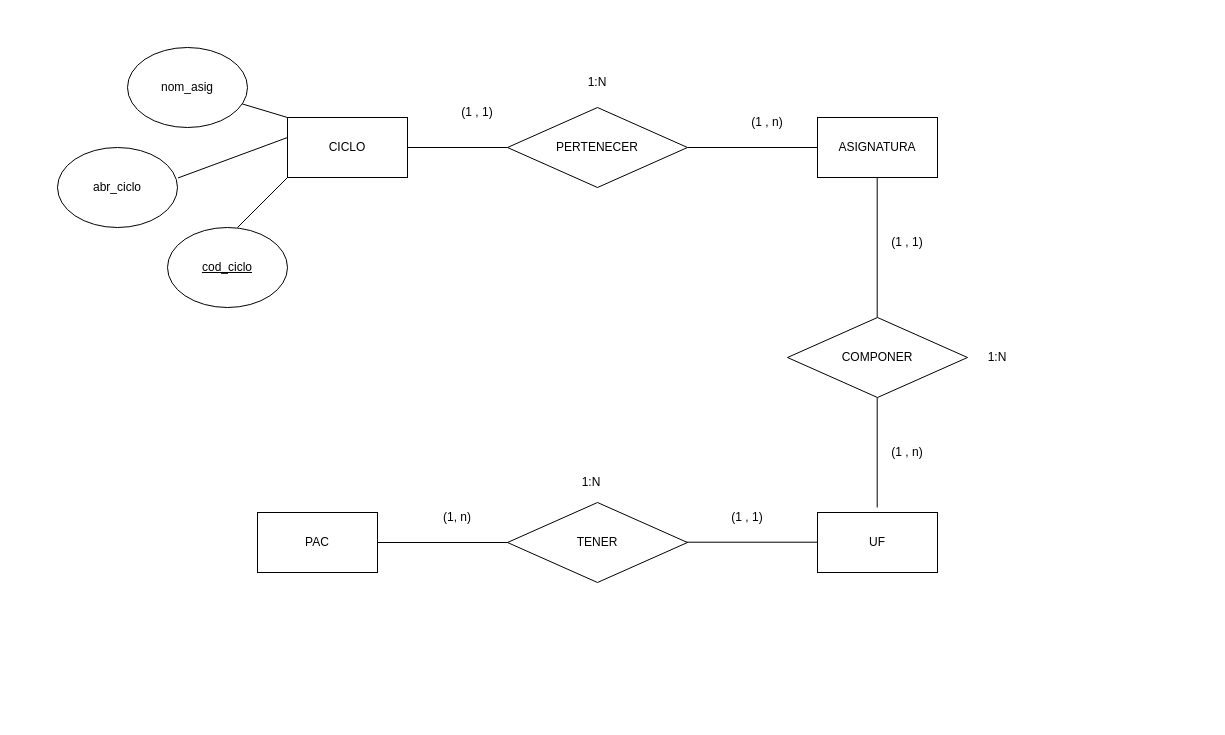
The draw.io diagram Diagrama sin título.drawio in Infernus13/draw.io, before the edit. Source tidied: cells renumbered, new cells numbered last; positions are measured from the earlier drawing's top-left corner, leaving out a move shared by most shapes. Both pictures are drawn from the tidied source at 100%, with x=0, y=0 at pixel (57, 47).
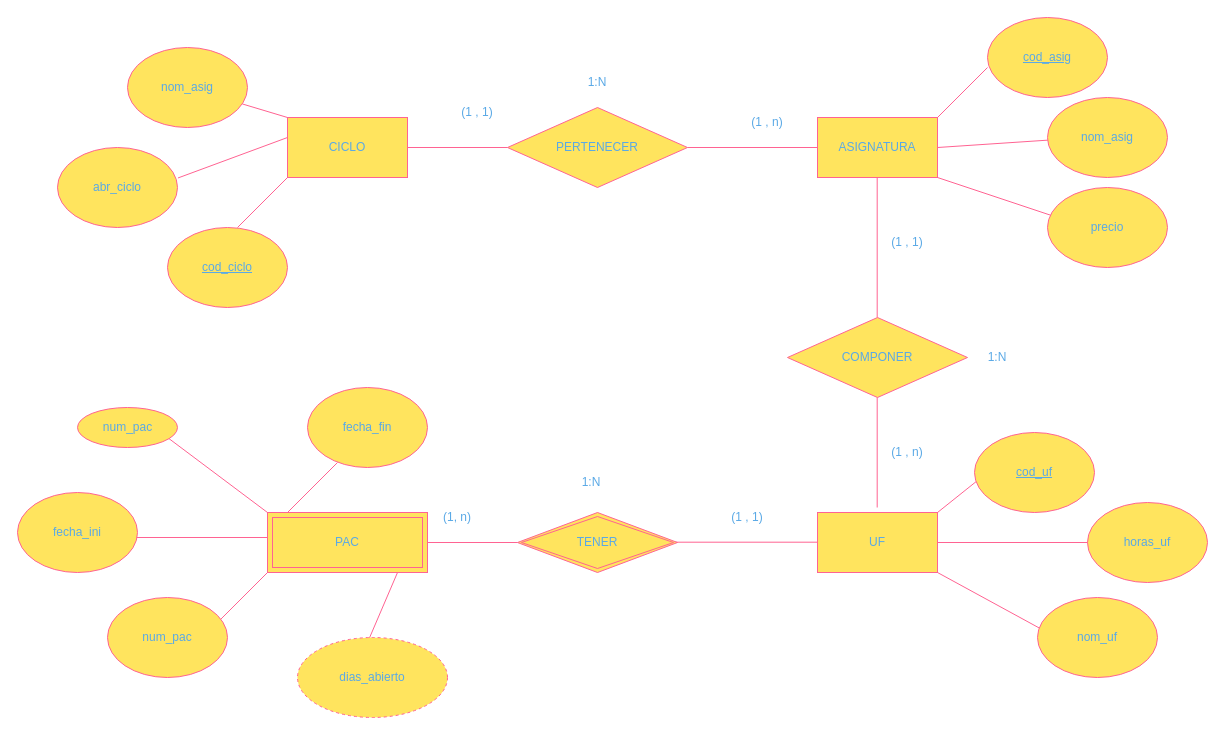
The same diagram, later.

Diff of the diagram source:
```diff
@@
-    <mxCell id="2" value="CICLO" style="rounded=0;whiteSpace=wrap;html=1;" parent="1" vertex="1">
+    <mxCell id="2" value="CICLO" style="rounded=0;whiteSpace=wrap;html=1;labelBackgroundColor=none;fillColor=#FFE45E;strokeColor=#FF6392;fontColor=#5AA9E6;" parent="1" vertex="1">
       <mxGeometry x="230" y="70" width="120" height="60" as="geometry" />
     </mxCell>
-    <mxCell id="3" value="ASIGNATURA" style="rounded=0;whiteSpace=wrap;html=1;" parent="1" vertex="1">
+    <mxCell id="3" value="ASIGNATURA" style="rounded=0;whiteSpace=wrap;html=1;labelBackgroundColor=none;fillColor=#FFE45E;strokeColor=#FF6392;fontColor=#5AA9E6;" parent="1" vertex="1">
       <mxGeometry x="760" y="70" width="120" height="60" as="geometry" />
     </mxCell>
-    <mxCell id="4" value="PERTENECER" style="rhombus;whiteSpace=wrap;html=1;rotation=0;" parent="1" vertex="1">
+    <mxCell id="4" value="PERTENECER" style="rhombus;whiteSpace=wrap;html=1;rotation=0;labelBackgroundColor=none;fillColor=#FFE45E;strokeColor=#FF6392;fontColor=#5AA9E6;" parent="1" vertex="1">
       <mxGeometry x="450" y="60" width="180" height="80" as="geometry" />
     </mxCell>
-    <mxCell id="5" style="endArrow=none;html=1;rounded=0;exitX=1;exitY=0.5;exitDx=0;exitDy=0;entryX=0;entryY=0.5;entryDx=0;entryDy=0;" parent="1" edge="1" source="2" target="4">
+    <mxCell id="5" style="endArrow=none;html=1;rounded=0;exitX=1;exitY=0.5;exitDx=0;exitDy=0;entryX=0;entryY=0.5;entryDx=0;entryDy=0;labelBackgroundColor=none;fontColor=default;strokeColor=#FF6392;" parent="1" edge="1" source="2" target="4">
       <mxGeometry relative="1" as="geometry" />
     </mxCell>
-    <mxCell id="6" style="endArrow=none;html=1;rounded=0;entryX=0;entryY=0.5;entryDx=0;entryDy=0;" parent="1" edge="1" source="4" target="3">
+    <mxCell id="6" style="endArrow=none;html=1;rounded=0;entryX=0;entryY=0.5;entryDx=0;entryDy=0;labelBackgroundColor=none;fontColor=default;strokeColor=#FF6392;" parent="1" edge="1" source="4" target="3">
       <mxGeometry relative="1" as="geometry" />
     </mxCell>
-    <mxCell id="7" value="(1 , n)" style="text;html=1;align=center;verticalAlign=middle;whiteSpace=wrap;rounded=0;" parent="1" vertex="1">
+    <mxCell id="7" value="(1 , n)" style="text;html=1;align=center;verticalAlign=middle;whiteSpace=wrap;rounded=0;labelBackgroundColor=none;fontColor=#5AA9E6;" parent="1" vertex="1">
       <mxGeometry x="680" y="60" width="60" height="30" as="geometry" />
     </mxCell>
-    <mxCell id="8" value="1:N" style="text;html=1;align=center;verticalAlign=middle;whiteSpace=wrap;rounded=0;" parent="1" vertex="1">
+    <mxCell id="8" value="1:N" style="text;html=1;align=center;verticalAlign=middle;whiteSpace=wrap;rounded=0;labelBackgroundColor=none;fontColor=#5AA9E6;" parent="1" vertex="1">
       <mxGeometry x="510" y="20" width="60" height="30" as="geometry" />
     </mxCell>
-    <mxCell id="9" style="endArrow=none;html=1;rounded=0;" parent="1" edge="1">
+    <mxCell id="9" style="endArrow=none;html=1;rounded=0;labelBackgroundColor=none;fontColor=default;strokeColor=#FF6392;" parent="1" edge="1">
       <mxGeometry relative="1" as="geometry">
         <mxPoint x="819.7" y="270" as="sourcePoint" />
         <mxPoint x="819.7" y="130" as="targetPoint" />
       </mxGeometry>
     </mxCell>
-    <mxCell id="10" value="COMPONER" style="rhombus;whiteSpace=wrap;html=1;rotation=0;" parent="1" vertex="1">
+    <mxCell id="10" value="COMPONER" style="rhombus;whiteSpace=wrap;html=1;rotation=0;labelBackgroundColor=none;fillColor=#FFE45E;strokeColor=#FF6392;fontColor=#5AA9E6;" parent="1" vertex="1">
       <mxGeometry x="730" y="270" width="180" height="80" as="geometry" />
     </mxCell>
-    <mxCell id="11" style="endArrow=none;html=1;rounded=0;" parent="1" edge="1">
+    <mxCell id="11" style="endArrow=none;html=1;rounded=0;labelBackgroundColor=none;fontColor=default;strokeColor=#FF6392;" parent="1" edge="1">
       <mxGeometry relative="1" as="geometry">
         <mxPoint x="819.7" y="460" as="sourcePoint" />
         <mxPoint x="819.7" y="350" as="targetPoint" />
       </mxGeometry>
     </mxCell>
-    <mxCell id="12" value="UF" style="rounded=0;whiteSpace=wrap;html=1;" parent="1" vertex="1">
+    <mxCell id="12" value="UF" style="rounded=0;whiteSpace=wrap;html=1;labelBackgroundColor=none;fillColor=#FFE45E;strokeColor=#FF6392;fontColor=#5AA9E6;" parent="1" vertex="1">
       <mxGeometry x="760" y="465" width="120" height="60" as="geometry" />
     </mxCell>
-    <mxCell id="13" value="(1 , n)" style="text;html=1;align=center;verticalAlign=middle;whiteSpace=wrap;rounded=0;" parent="1" vertex="1">
+    <mxCell id="13" value="(1 , n)" style="text;html=1;align=center;verticalAlign=middle;whiteSpace=wrap;rounded=0;labelBackgroundColor=none;fontColor=#5AA9E6;" parent="1" vertex="1">
       <mxGeometry x="820" y="390" width="60" height="30" as="geometry" />
     </mxCell>
-    <mxCell id="14" value="(1 , 1)" style="text;html=1;align=center;verticalAlign=middle;whiteSpace=wrap;rounded=0;" parent="1" vertex="1">
+    <mxCell id="14" value="(1 , 1)" style="text;html=1;align=center;verticalAlign=middle;whiteSpace=wrap;rounded=0;labelBackgroundColor=none;fontColor=#5AA9E6;" parent="1" vertex="1">
       <mxGeometry x="390" y="50" width="60" height="30" as="geometry" />
     </mxCell>
-    <mxCell id="15" value="(1 , 1)" style="text;html=1;align=center;verticalAlign=middle;whiteSpace=wrap;rounded=0;" parent="1" vertex="1">
+    <mxCell id="15" value="(1 , 1)" style="text;html=1;align=center;verticalAlign=middle;whiteSpace=wrap;rounded=0;labelBackgroundColor=none;fontColor=#5AA9E6;" parent="1" vertex="1">
       <mxGeometry x="820" y="180" width="60" height="30" as="geometry" />
     </mxCell>
-    <mxCell id="16" value="1:N" style="text;html=1;align=center;verticalAlign=middle;whiteSpace=wrap;rounded=0;" parent="1" vertex="1">
+    <mxCell id="16" value="1:N" style="text;html=1;align=center;verticalAlign=middle;whiteSpace=wrap;rounded=0;labelBackgroundColor=none;fontColor=#5AA9E6;" parent="1" vertex="1">
       <mxGeometry x="910" y="295" width="60" height="30" as="geometry" />
     </mxCell>
-    <mxCell id="17" style="endArrow=none;html=1;rounded=0;" parent="1" edge="1">
+    <mxCell id="17" style="endArrow=none;html=1;rounded=0;labelBackgroundColor=none;fontColor=default;strokeColor=#FF6392;" parent="1" edge="1">
       <mxGeometry relative="1" as="geometry">
         <mxPoint x="610" y="494.7" as="sourcePoint" />
         <mxPoint x="760" y="494.7" as="targetPoint" />
       </mxGeometry>
     </mxCell>
-    <mxCell id="18" value="TENER" style="rhombus;whiteSpace=wrap;html=1;rotation=0;" parent="1" vertex="1">
-      <mxGeometry x="450" y="455" width="180" height="80" as="geometry" />
-    </mxCell>
-    <mxCell id="19" style="endArrow=none;html=1;rounded=0;entryX=0;entryY=0.5;entryDx=0;entryDy=0;" parent="1" edge="1" target="18">
-      <mxGeometry relative="1" as="geometry">
-        <mxPoint x="300" y="495" as="sourcePoint" />
-      </mxGeometry>
-    </mxCell>
-    <mxCell id="20" value="PAC" style="rounded=0;whiteSpace=wrap;html=1;" parent="1" vertex="1">
-      <mxGeometry x="200" y="465" width="120" height="60" as="geometry" />
-    </mxCell>
-    <mxCell id="21" value="(1, n)" style="text;html=1;align=center;verticalAlign=middle;whiteSpace=wrap;rounded=0;" parent="1" vertex="1">
+    <mxCell id="21" value="(1, n)" style="text;html=1;align=center;verticalAlign=middle;whiteSpace=wrap;rounded=0;labelBackgroundColor=none;fontColor=#5AA9E6;" parent="1" vertex="1">
       <mxGeometry x="370" y="455" width="60" height="30" as="geometry" />
     </mxCell>
-    <mxCell id="22" value="(1 , 1)" style="text;html=1;align=center;verticalAlign=middle;whiteSpace=wrap;rounded=0;" parent="1" vertex="1">
+    <mxCell id="22" value="(1 , 1)" style="text;html=1;align=center;verticalAlign=middle;whiteSpace=wrap;rounded=0;labelBackgroundColor=none;fontColor=#5AA9E6;" parent="1" vertex="1">
       <mxGeometry x="660" y="455" width="60" height="30" as="geometry" />
     </mxCell>
-    <mxCell id="23" value="1:N" style="text;html=1;align=center;verticalAlign=middle;whiteSpace=wrap;rounded=0;" parent="1" vertex="1">
+    <mxCell id="23" value="1:N" style="text;html=1;align=center;verticalAlign=middle;whiteSpace=wrap;rounded=0;labelBackgroundColor=none;fontColor=#5AA9E6;" parent="1" vertex="1">
       <mxGeometry x="504" y="420" width="60" height="30" as="geometry" />
     </mxCell>
-    <mxCell id="24" style="endArrow=none;html=1;rounded=0;" parent="1" edge="1">
+    <mxCell id="24" style="endArrow=none;html=1;rounded=0;labelBackgroundColor=none;fontColor=default;strokeColor=#FF6392;" parent="1" edge="1">
       <mxGeometry relative="1" as="geometry">
         <mxPoint x="180" y="180" as="sourcePoint" />
         <mxPoint x="230" y="130" as="targetPoint" />
       </mxGeometry>
     </mxCell>
-    <mxCell id="25" value="&lt;u&gt;cod_ciclo&lt;/u&gt;" style="ellipse;whiteSpace=wrap;html=1;" parent="1" vertex="1">
+    <mxCell id="25" value="&lt;u&gt;cod_ciclo&lt;/u&gt;" style="ellipse;whiteSpace=wrap;html=1;labelBackgroundColor=none;fillColor=#FFE45E;strokeColor=#FF6392;fontColor=#5AA9E6;" parent="1" vertex="1">
       <mxGeometry x="110" y="180" width="120" height="80" as="geometry" />
     </mxCell>
-    <mxCell id="26" style="endArrow=none;html=1;rounded=0;exitX=0;exitY=0;exitDx=0;exitDy=0;" parent="1" edge="1" source="2" target="27">
+    <mxCell id="26" style="endArrow=none;html=1;rounded=0;exitX=0;exitY=0;exitDx=0;exitDy=0;labelBackgroundColor=none;fontColor=default;strokeColor=#FF6392;" parent="1" edge="1" source="2" target="27">
       <mxGeometry relative="1" as="geometry" />
     </mxCell>
-    <mxCell id="27" value="nom_asig" style="ellipse;whiteSpace=wrap;html=1;" parent="1" vertex="1">
+    <mxCell id="27" value="nom_asig" style="ellipse;whiteSpace=wrap;html=1;labelBackgroundColor=none;fillColor=#FFE45E;strokeColor=#FF6392;fontColor=#5AA9E6;" parent="1" vertex="1">
       <mxGeometry x="70" width="120" height="80" as="geometry" />
     </mxCell>
-    <mxCell id="28" style="endArrow=none;html=1;rounded=0;" parent="1" edge="1" target="29">
+    <mxCell id="28" style="endArrow=none;html=1;rounded=0;labelBackgroundColor=none;fontColor=default;strokeColor=#FF6392;" parent="1" edge="1" target="29">
       <mxGeometry relative="1" as="geometry">
         <mxPoint x="30" y="140" as="sourcePoint" />
       </mxGeometry>
     </mxCell>
-    <mxCell id="29" value="abr_ciclo" style="ellipse;whiteSpace=wrap;html=1;" parent="1" vertex="1">
+    <mxCell id="29" value="abr_ciclo" style="ellipse;whiteSpace=wrap;html=1;labelBackgroundColor=none;fillColor=#FFE45E;strokeColor=#FF6392;fontColor=#5AA9E6;" parent="1" vertex="1">
       <mxGeometry y="100" width="120" height="80" as="geometry" />
     </mxCell>
-    <mxCell id="30" style="endArrow=none;html=1;rounded=0;exitX=1.004;exitY=0.381;exitDx=0;exitDy=0;exitPerimeter=0;" parent="1" edge="1" source="29">
+    <mxCell id="30" style="endArrow=none;html=1;rounded=0;exitX=1.004;exitY=0.381;exitDx=0;exitDy=0;exitPerimeter=0;labelBackgroundColor=none;fontColor=default;strokeColor=#FF6392;" parent="1" edge="1" source="29">
       <mxGeometry relative="1" as="geometry">
         <mxPoint x="230" y="90" as="targetPoint" />
       </mxGeometry>
     </mxCell>
+    <mxCell id="20" value="PAC" style="shape=ext;margin=3;double=1;whiteSpace=wrap;html=1;align=center;labelBackgroundColor=none;fillColor=#FFE45E;strokeColor=#FF6392;fontColor=#5AA9E6;" parent="1" vertex="1">
+      <mxGeometry x="210" y="465" width="160" height="60" as="geometry" />
+    </mxCell>
+    <mxCell id="31" style="endArrow=none;html=1;rounded=0;labelBackgroundColor=none;fontColor=default;strokeColor=#FF6392;" parent="1" edge="1">
+      <mxGeometry relative="1" as="geometry">
+        <mxPoint x="880" y="70" as="sourcePoint" />
+        <mxPoint x="930" y="20" as="targetPoint" />
+      </mxGeometry>
+    </mxCell>
+    <mxCell id="32" style="endArrow=none;html=1;rounded=0;labelBackgroundColor=none;fontColor=default;strokeColor=#FF6392;" parent="1" edge="1">
+      <mxGeometry relative="1" as="geometry">
+        <mxPoint x="880" y="100" as="sourcePoint" />
+        <mxPoint x="1030" y="90" as="targetPoint" />
+      </mxGeometry>
+    </mxCell>
+    <mxCell id="33" style="endArrow=none;html=1;rounded=0;labelBackgroundColor=none;fontColor=default;strokeColor=#FF6392;" parent="1" edge="1">
+      <mxGeometry relative="1" as="geometry">
+        <mxPoint x="880" y="130" as="sourcePoint" />
+        <mxPoint x="1000" y="170" as="targetPoint" />
+      </mxGeometry>
+    </mxCell>
+    <mxCell id="34" value="&lt;u&gt;cod_asig&lt;/u&gt;" style="ellipse;whiteSpace=wrap;html=1;labelBackgroundColor=none;fillColor=#FFE45E;strokeColor=#FF6392;fontColor=#5AA9E6;" parent="1" vertex="1">
+      <mxGeometry x="930" y="-30" width="120" height="80" as="geometry" />
+    </mxCell>
+    <mxCell id="35" value="nom_asig" style="ellipse;whiteSpace=wrap;html=1;labelBackgroundColor=none;fillColor=#FFE45E;strokeColor=#FF6392;fontColor=#5AA9E6;" parent="1" vertex="1">
+      <mxGeometry x="990" y="50" width="120" height="80" as="geometry" />
+    </mxCell>
+    <mxCell id="36" value="precio" style="ellipse;whiteSpace=wrap;html=1;labelBackgroundColor=none;fillColor=#FFE45E;strokeColor=#FF6392;fontColor=#5AA9E6;" parent="1" vertex="1">
+      <mxGeometry x="990" y="140" width="120" height="80" as="geometry" />
+    </mxCell>
+    <mxCell id="37" style="endArrow=none;html=1;rounded=0;labelBackgroundColor=none;fontColor=default;strokeColor=#FF6392;" parent="1" edge="1">
+      <mxGeometry relative="1" as="geometry">
+        <mxPoint x="880" y="465" as="sourcePoint" />
+        <mxPoint x="930" y="425" as="targetPoint" />
+      </mxGeometry>
+    </mxCell>
+    <mxCell id="38" value="&lt;u&gt;cod_uf&lt;/u&gt;" style="ellipse;whiteSpace=wrap;html=1;labelBackgroundColor=none;fillColor=#FFE45E;strokeColor=#FF6392;fontColor=#5AA9E6;" parent="1" vertex="1">
+      <mxGeometry x="917" y="385" width="120" height="80" as="geometry" />
+    </mxCell>
+    <mxCell id="39" style="endArrow=none;html=1;rounded=0;labelBackgroundColor=none;fontColor=default;strokeColor=#FF6392;" parent="1" edge="1">
+      <mxGeometry relative="1" as="geometry">
+        <mxPoint x="880" y="525" as="sourcePoint" />
+        <mxPoint x="990" y="585" as="targetPoint" />
+      </mxGeometry>
+    </mxCell>
+    <mxCell id="40" value="nom_uf" style="ellipse;whiteSpace=wrap;html=1;labelBackgroundColor=none;fillColor=#FFE45E;strokeColor=#FF6392;fontColor=#5AA9E6;" parent="1" vertex="1">
+      <mxGeometry x="980" y="550" width="120" height="80" as="geometry" />
+    </mxCell>
+    <mxCell id="41" style="endArrow=none;html=1;rounded=0;exitX=1;exitY=0.5;exitDx=0;exitDy=0;labelBackgroundColor=none;fontColor=default;strokeColor=#FF6392;" parent="1" edge="1" source="12">
+      <mxGeometry relative="1" as="geometry">
+        <mxPoint x="1060" y="495" as="targetPoint" />
+      </mxGeometry>
+    </mxCell>
+    <mxCell id="42" value="horas_uf" style="ellipse;whiteSpace=wrap;html=1;labelBackgroundColor=none;fillColor=#FFE45E;strokeColor=#FF6392;fontColor=#5AA9E6;" parent="1" vertex="1">
+      <mxGeometry x="1030" y="455" width="120" height="80" as="geometry" />
+    </mxCell>
+    <mxCell id="18" value="TENER" style="shape=rhombus;double=1;perimeter=rhombusPerimeter;whiteSpace=wrap;html=1;align=center;labelBackgroundColor=none;fillColor=#FFE45E;strokeColor=#FF6392;fontColor=#5AA9E6;" parent="1" vertex="1">
+      <mxGeometry x="460" y="465" width="160" height="60" as="geometry" />
+    </mxCell>
+    <mxCell id="43" style="line;strokeWidth=1;dashed=0;labelPosition=right;align=left;verticalAlign=middle;spacingTop=0;spacingLeft=6;labelBackgroundColor=none;fillColor=#FFE45E;strokeColor=#FF6392;fontColor=#5AA9E6;" parent="1" vertex="1">
+      <mxGeometry x="370" y="490" width="90" height="10" as="geometry" />
+    </mxCell>
+    <mxCell id="44" style="endArrow=none;html=1;rounded=0;labelBackgroundColor=none;fontColor=default;strokeColor=#FF6392;" parent="1" edge="1">
+      <mxGeometry relative="1" as="geometry">
+        <mxPoint x="160" y="575" as="sourcePoint" />
+        <mxPoint x="210" y="525" as="targetPoint" />
+      </mxGeometry>
+    </mxCell>
+    <mxCell id="45" value="num_pac" style="ellipse;whiteSpace=wrap;html=1;labelBackgroundColor=none;fillColor=#FFE45E;strokeColor=#FF6392;fontColor=#5AA9E6;" parent="1" vertex="1">
+      <mxGeometry x="50" y="550" width="120" height="80" as="geometry" />
+    </mxCell>
+    <mxCell id="46" style="endArrow=none;html=1;rounded=0;labelBackgroundColor=none;fontColor=default;strokeColor=#FF6392;" parent="1" edge="1">
+      <mxGeometry relative="1" as="geometry">
+        <mxPoint x="110" y="390" as="sourcePoint" />
+        <mxPoint x="210" y="465" as="targetPoint" />
+      </mxGeometry>
+    </mxCell>
+    <mxCell id="47" style="endArrow=none;html=1;rounded=0;labelBackgroundColor=none;fontColor=default;strokeColor=#FF6392;" parent="1" edge="1">
+      <mxGeometry relative="1" as="geometry">
+        <mxPoint x="60" y="490" as="sourcePoint" />
+        <mxPoint x="210" y="490" as="targetPoint" />
+      </mxGeometry>
+    </mxCell>
+    <mxCell id="48" value="fecha_ini" style="ellipse;whiteSpace=wrap;html=1;labelBackgroundColor=none;fillColor=#FFE45E;strokeColor=#FF6392;fontColor=#5AA9E6;" parent="1" vertex="1">
+      <mxGeometry x="-40" y="445" width="120" height="80" as="geometry" />
+    </mxCell>
+    <mxCell id="49" value="fecha_fin" style="ellipse;whiteSpace=wrap;html=1;labelBackgroundColor=none;fillColor=#FFE45E;strokeColor=#FF6392;fontColor=#5AA9E6;" parent="1" vertex="1">
+      <mxGeometry x="250" y="340" width="120" height="80" as="geometry" />
+    </mxCell>
+    <mxCell id="50" style="endArrow=none;html=1;rounded=0;labelBackgroundColor=none;fontColor=default;strokeColor=#FF6392;" parent="1" edge="1">
+      <mxGeometry relative="1" as="geometry">
+        <mxPoint x="310" y="595" as="sourcePoint" />
+        <mxPoint x="340" y="525" as="targetPoint" />
+      </mxGeometry>
+    </mxCell>
+    <mxCell id="51" style="endArrow=none;html=1;rounded=0;labelBackgroundColor=none;fontColor=default;strokeColor=#FF6392;" parent="1" edge="1">
+      <mxGeometry relative="1" as="geometry">
+        <mxPoint x="230" y="465" as="sourcePoint" />
+        <mxPoint x="280" y="415" as="targetPoint" />
+      </mxGeometry>
+    </mxCell>
+    <mxCell id="52" value="dias_abierto" style="ellipse;whiteSpace=wrap;html=1;align=center;dashed=1;labelBackgroundColor=none;fillColor=#FFE45E;strokeColor=#FF6392;fontColor=#5AA9E6;" parent="1" vertex="1">
+      <mxGeometry x="240" y="590" width="150" height="80" as="geometry" />
+    </mxCell>
+    <mxCell id="53" value="num_pac" style="ellipse;align=center;fontStyle=0;strokeColor=#FF6392;html=1;textShadow=0;labelBorderColor=none;labelBackgroundColor=none;verticalAlign=middle;fillColor=#FFE45E;fontColor=#5AA9E6;" parent="1" vertex="1">
+      <mxGeometry x="20" y="360" width="100" height="40" as="geometry" />
+    </mxCell>
```
